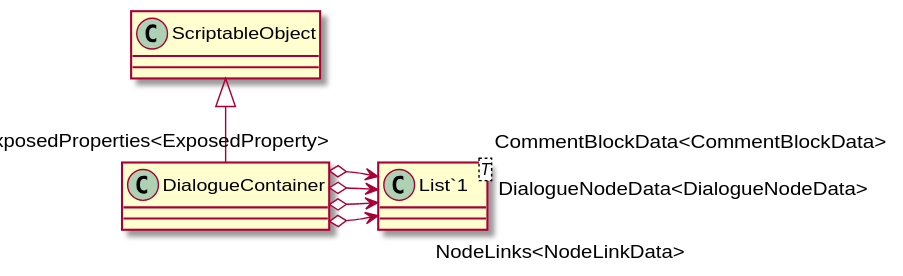
Earlier version of the PlantUML export UML/Dialogue/RunTime/DialogueContainer.svg (robinsuurs/Mallow_Mysterie). The source it was exported from:
```plantuml
@startuml
class DialogueContainer {
}
class "List`1"<T> {
}
ScriptableObject <|-- DialogueContainer
DialogueContainer o-> "NodeLinks<NodeLinkData>" "List`1"
DialogueContainer o-> "DialogueNodeData<DialogueNodeData>" "List`1"
DialogueContainer o-> "ExposedProperties<ExposedProperty>" "List`1"
DialogueContainer o-> "CommentBlockData<CommentBlockData>" "List`1"
@enduml
```
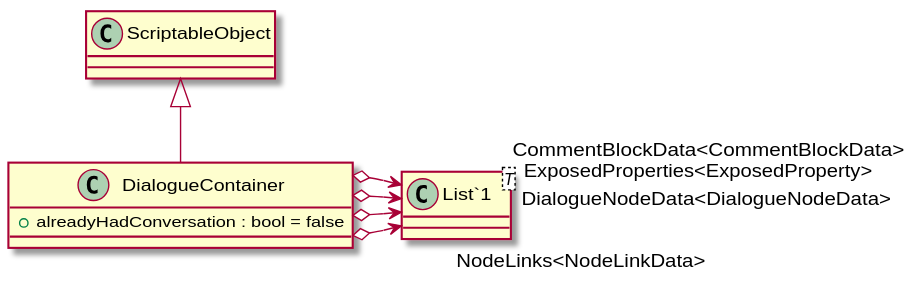
Above is the later version.

Change to the diagram source:
```diff
@@ -1,5 +1,6 @@
 @startuml
 class DialogueContainer {
+    + alreadyHadConversation : bool = false
 }
 class "List`1"<T> {
 }
```
